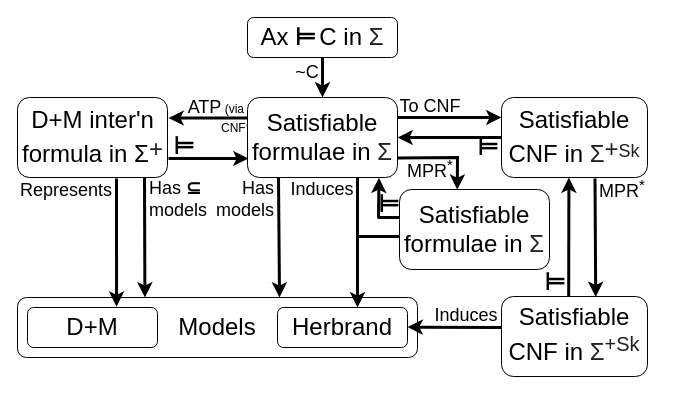
Before: ModelLandscape.drawio in GeoffsPapers/InterpretationFormat, a draw.io diagram. Source tidied: cells renumbered, new cells numbered last; positions are measured from the earlier drawing's top-left corner, leaving out a move shared by most shapes. Both pictures are drawn from the tidied source at 100%, with x=0, y=0 at pixel (17, 17).
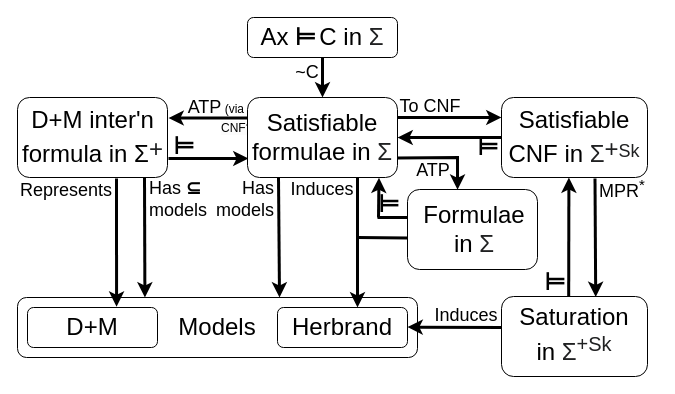
After the change.

Unchanged cells that the change refers to:
```xml
<mxCell id="49" style="group;" parent="1" vertex="1">
  <mxGeometry x="484" y="279" width="146" height="80" as="geometry" />
</mxCell>
```

What changed in the source:
```diff
@@
-    <mxCell id="28" value="&lt;font style=&quot;font-size: 18px;&quot;&gt;MPR&lt;sup&gt;*&lt;/sup&gt;&lt;/font&gt;" style="text;strokeColor=none;align=center;fillColor=none;html=1;verticalAlign=middle;whiteSpace=wrap;rounded=0;" parent="1" vertex="1">
-      <mxGeometry x="378" y="137" width="70" height="30" as="geometry" />
+    <mxCell id="28" value="&lt;span style=&quot;font-size: 18px;&quot;&gt;ATP&lt;/span&gt;" style="text;strokeColor=none;align=center;fillColor=none;html=1;verticalAlign=middle;whiteSpace=wrap;rounded=0;" parent="1" vertex="1">
+      <mxGeometry x="381" y="138" width="70" height="30" as="geometry" />
     </mxCell>
@@
-    <mxCell id="51" value="&lt;font style=&quot;font-size: 24px;&quot;&gt;&lt;font style=&quot;font-size: 24px;&quot;&gt;Satisfiable CNF&amp;nbsp;&lt;/font&gt;&lt;font style=&quot;border-color: var(--border-color); font-size: 24px;&quot;&gt;&lt;font style=&quot;font-size: 24px;&quot;&gt;in&lt;/font&gt;&amp;nbsp;&lt;/font&gt;&lt;span style=&quot;border-color: var(--border-color); color: rgb(32, 33, 34); font-family: sans-serif; text-align: start; background-color: rgb(255, 255, 255);&quot;&gt;&lt;font style=&quot;border-color: var(--border-color); font-size: 24px;&quot;&gt;Σ&lt;sup&gt;+Sk&lt;/sup&gt;&lt;br&gt;&lt;/font&gt;&lt;/span&gt;&lt;/font&gt;" style="text;strokeColor=none;align=center;fillColor=none;html=1;verticalAlign=middle;whiteSpace=wrap;rounded=0;" parent="49" vertex="1">
+    <mxCell id="51" value="&lt;font style=&quot;font-size: 24px;&quot;&gt;&lt;font style=&quot;font-size: 24px;&quot;&gt;Saturation&lt;br&gt;&lt;/font&gt;&lt;font style=&quot;border-color: var(--border-color); font-size: 24px;&quot;&gt;&lt;font style=&quot;font-size: 24px;&quot;&gt;in&lt;/font&gt;&amp;nbsp;&lt;/font&gt;&lt;span style=&quot;border-color: var(--border-color); color: rgb(32, 33, 34); font-family: sans-serif; text-align: start; background-color: rgb(255, 255, 255);&quot;&gt;&lt;font style=&quot;border-color: var(--border-color); font-size: 24px;&quot;&gt;Σ&lt;sup&gt;+Sk&lt;/sup&gt;&lt;br&gt;&lt;/font&gt;&lt;/span&gt;&lt;/font&gt;" style="text;strokeColor=none;align=center;fillColor=none;html=1;verticalAlign=middle;whiteSpace=wrap;rounded=0;" parent="49" vertex="1">
       <mxGeometry x="43" y="25" width="60" height="25" as="geometry" />
     </mxCell>
-    <mxCell id="52" style="endArrow=none;html=1;rounded=0;strokeWidth=3;" parent="1" edge="1">
+    <mxCell id="52" style="endArrow=none;html=1;rounded=0;strokeWidth=3;entryX=0;entryY=0.606;entryDx=0;entryDy=0;entryPerimeter=0;" parent="1" edge="1" target="57">
       <mxGeometry relative="1" as="geometry">
-        <mxPoint x="340" y="219" as="sourcePoint" />
-        <mxPoint x="387" y="219" as="targetPoint" />
+        <mxPoint x="340" y="220" as="sourcePoint" />
       </mxGeometry>
     </mxCell>
-    <mxCell id="53" style="endArrow=none;html=1;rounded=0;strokeWidth=3;" parent="1" edge="1">
+    <mxCell id="53" style="endArrow=none;html=1;rounded=0;strokeWidth=3;entryX=0;entryY=0.35;entryDx=0;entryDy=0;entryPerimeter=0;" parent="1" edge="1" target="57">
       <mxGeometry relative="1" as="geometry">
         <mxPoint x="360" y="200" as="sourcePoint" />
-        <mxPoint x="387" y="200" as="targetPoint" />
       </mxGeometry>
     </mxCell>
@@
-    <mxCell id="56" style="group;" parent="1" vertex="1">
-      <mxGeometry x="382" y="172" width="150" height="80" as="geometry" />
-    </mxCell>
-    <mxCell id="57" style="rounded=1;whiteSpace=wrap;html=1;" parent="56" vertex="1">
-      <mxGeometry width="150" height="80" as="geometry" />
+    <mxCell id="57" style="rounded=1;whiteSpace=wrap;html=1;" parent="1" vertex="1">
+      <mxGeometry x="390" y="172" width="130" height="80" as="geometry" />
     </mxCell>
-    <mxCell id="58" value="&lt;font style=&quot;font-size: 24px;&quot;&gt;&lt;font style=&quot;font-size: 24px;&quot;&gt;Satisfiable&lt;br&gt;formulae&amp;nbsp;&lt;/font&gt;&lt;font style=&quot;border-color: var(--border-color); font-size: 24px;&quot;&gt;&lt;font style=&quot;font-size: 24px;&quot;&gt;in&lt;/font&gt;&amp;nbsp;&lt;/font&gt;&lt;span style=&quot;border-color: var(--border-color); color: rgb(32, 33, 34); font-family: sans-serif; text-align: start; background-color: rgb(255, 255, 255);&quot;&gt;&lt;font style=&quot;border-color: var(--border-color); font-size: 24px;&quot;&gt;Σ&lt;/font&gt;&lt;/span&gt;&lt;/font&gt;" style="text;strokeColor=none;align=center;fillColor=none;html=1;verticalAlign=middle;whiteSpace=wrap;rounded=0;" parent="56" vertex="1">
-      <mxGeometry x="45" y="25" width="60" height="30" as="geometry" />
+    <mxCell id="58" value="&lt;font style=&quot;font-size: 24px;&quot;&gt;&lt;font style=&quot;font-size: 24px;&quot;&gt;Formulae&lt;br&gt;&lt;/font&gt;&lt;font style=&quot;border-color: var(--border-color); font-size: 24px;&quot;&gt;&lt;font style=&quot;font-size: 24px;&quot;&gt;in&lt;/font&gt;&amp;nbsp;&lt;/font&gt;&lt;span style=&quot;border-color: var(--border-color); color: rgb(32, 33, 34); font-family: sans-serif; text-align: start; background-color: rgb(255, 255, 255);&quot;&gt;&lt;font style=&quot;border-color: var(--border-color); font-size: 24px;&quot;&gt;Σ&lt;/font&gt;&lt;/span&gt;&lt;/font&gt;" style="text;strokeColor=none;align=center;fillColor=none;html=1;verticalAlign=middle;whiteSpace=wrap;rounded=0;" parent="1" vertex="1">
+      <mxGeometry x="427" y="197" width="60" height="30" as="geometry" />
     </mxCell>
```
